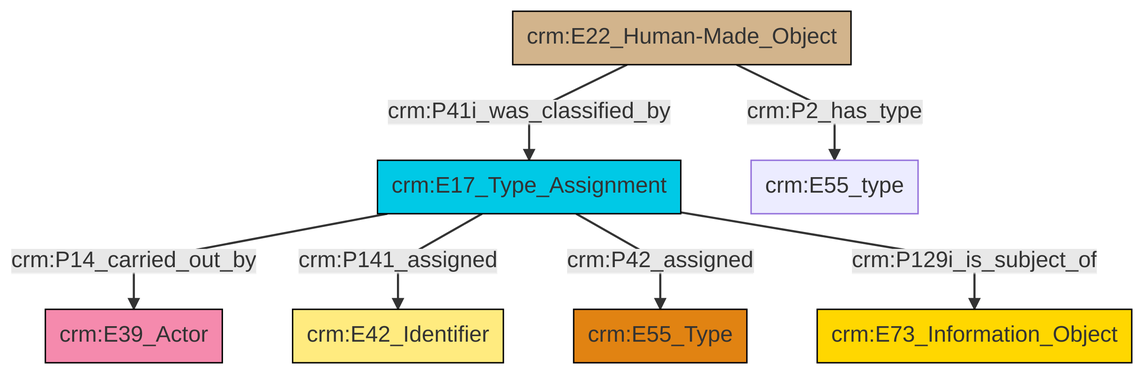
The Mermaid diagram et/builtWorkCSV/ttl/mmd/png/Built_Work_designation_status.png in swiss-art-research-net/docs.swissartresearch, before a commit. Its source is kept beside it as et/builtWorkCSV/ttl/mmd/Built_Work_designation_status.ttl.mmd.
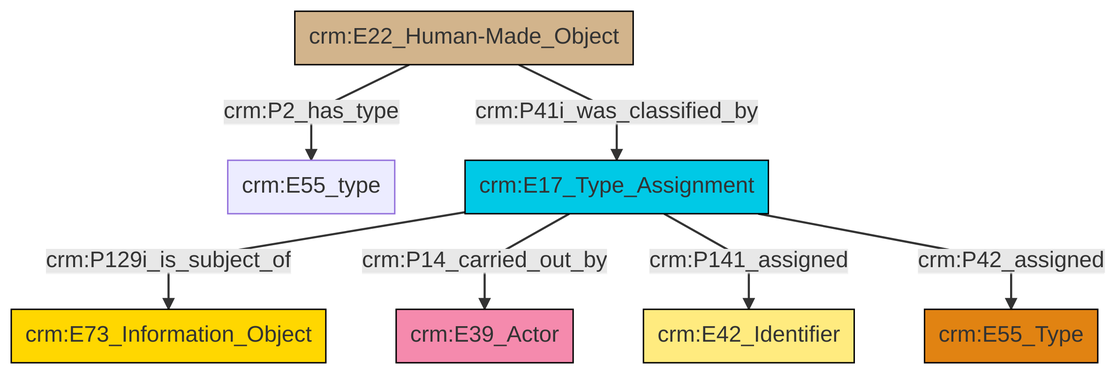
The same diagram one commit later.

Diff of the diagram source:
```diff
@@ -13,9 +13,9 @@
 classDef PC_Classes fill:#4ce600, stroke:#000000;
 classDef Multi fill:#cccccc,stroke:#000000;
 
-9["crm:E17_Type_Assignment"]:::Temporal_Entity -->|crm:P14_carried_out_by| 10["crm:E39_Actor"]:::Actor
-0["crm:E22_Human-Made_Object"]:::Physical_Thing -->|crm:P41i_was_classified_by| 9["crm:E17_Type_Assignment"]:::Temporal_Entity
-9["crm:E17_Type_Assignment"]:::Temporal_Entity -->|crm:P141_assigned| 2["crm:E42_Identifier"]:::Appellation
-0["crm:E22_Human-Made_Object"]:::Physical_Thing -->|crm:P2_has_type| 12["crm:E55_type"]:::Default
-9["crm:E17_Type_Assignment"]:::Temporal_Entity -->|crm:P42_assigned| 4["crm:E55_Type"]:::Type
-9["crm:E17_Type_Assignment"]:::Temporal_Entity -->|crm:P129i_is_subject_of| 7["crm:E73_Information_Object"]:::Conceptual_Object
+0["crm:E22_Human-Made_Object"]:::Physical_Thing -->|crm:P2_has_type| 1["crm:E55_type"]:::Default
+8["crm:E17_Type_Assignment"]:::Temporal_Entity -->|crm:P129i_is_subject_of| 9["crm:E73_Information_Object"]:::Conceptual_Object
+8["crm:E17_Type_Assignment"]:::Temporal_Entity -->|crm:P14_carried_out_by| 10["crm:E39_Actor"]:::Actor
+8["crm:E17_Type_Assignment"]:::Temporal_Entity -->|crm:P141_assigned| 4["crm:E42_Identifier"]:::Appellation
+8["crm:E17_Type_Assignment"]:::Temporal_Entity -->|crm:P42_assigned| 2["crm:E55_Type"]:::Type
+0["crm:E22_Human-Made_Object"]:::Physical_Thing -->|crm:P41i_was_classified_by| 8["crm:E17_Type_Assignment"]:::Temporal_Entity
```
